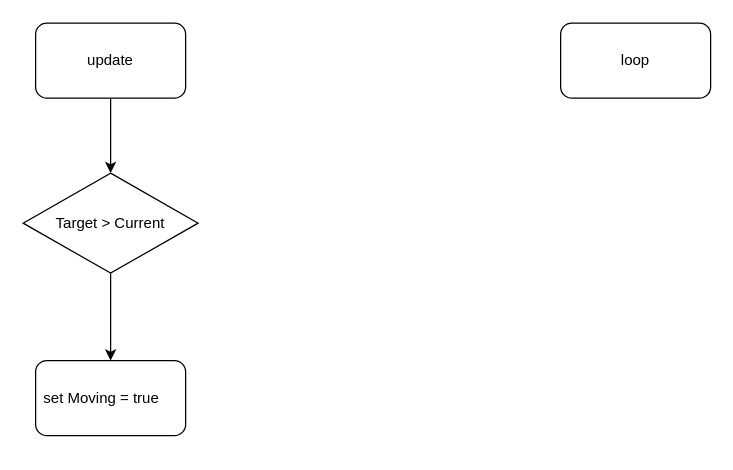
Before: velux00.drawio in hhoef/zonwering, a draw.io diagram. Source tidied: cells renumbered, new cells numbered last; positions are measured from the earlier drawing's top-left corner, leaving out a move shared by most shapes. Both pictures are drawn from the tidied source at 125%, with x=0, y=0 at pixel (22, 22).
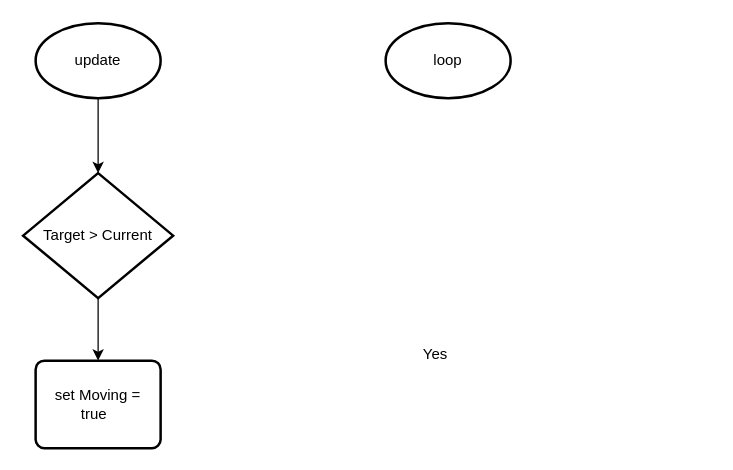
The same page after the edit.

The edit, as a diff of the source:
```diff
@@
 <mxGraphModel>
   <root>
     <mxCell id="0" />
     <mxCell id="1" parent="0" />
-    <mxCell id="2" value="loop" style="rounded=1;whiteSpace=wrap;html=1;" parent="1" vertex="1">
-      <mxGeometry x="430" width="120" height="60" as="geometry" />
+    <mxCell id="2" value="loop" style="strokeWidth=2;html=1;shape=mxgraph.flowchart.start_1;whiteSpace=wrap;" parent="1" vertex="1">
+      <mxGeometry x="290" width="100" height="60" as="geometry" />
     </mxCell>
-    <mxCell id="3" style="edgeStyle=orthogonalEdgeStyle;rounded=0;jettySize=auto;html=1;exitX=0.5;exitY=1;exitDx=0;exitDy=0;entryX=0.5;entryY=0;entryDx=0;entryDy=0;" parent="1" edge="1" source="4" target="6">
-      <mxGeometry relative="1" as="geometry" />
-    </mxCell>
-    <mxCell id="4" value="update" style="rounded=1;whiteSpace=wrap;html=1;" parent="1" vertex="1">
-      <mxGeometry x="10" width="120" height="60" as="geometry" />
+    <mxCell id="4" value="update" style="strokeWidth=2;html=1;shape=mxgraph.flowchart.start_1;whiteSpace=wrap;" parent="1" vertex="1">
+      <mxGeometry x="10" width="100" height="60" as="geometry" />
     </mxCell>
-    <mxCell id="5" style="edgeStyle=orthogonalEdgeStyle;rounded=0;jettySize=auto;html=1;exitX=0.5;exitY=1;exitDx=0;exitDy=0;entryX=0.5;entryY=0;entryDx=0;entryDy=0;" parent="1" edge="1" source="6" target="7">
+    <mxCell id="5" style="edgeStyle=orthogonalEdgeStyle;rounded=0;jettySize=auto;html=1;exitX=0.5;exitY=1;exitDx=0;exitDy=0;exitPerimeter=0;entryX=0.5;entryY=0;entryDx=0;entryDy=0;" parent="1" edge="1" source="6" target="7">
       <mxGeometry relative="1" as="geometry" />
     </mxCell>
-    <mxCell id="6" value="Target &amp;gt; Current" style="rhombus;whiteSpace=wrap;html=1;" parent="1" vertex="1">
-      <mxGeometry y="120" width="140" height="80" as="geometry" />
+    <mxCell id="6" value="Target &amp;gt; Current" style="strokeWidth=2;html=1;shape=mxgraph.flowchart.decision;whiteSpace=wrap;" parent="1" vertex="1">
+      <mxGeometry y="120" width="120" height="100" as="geometry" />
     </mxCell>
+    <mxCell id="3" style="edgeStyle=orthogonalEdgeStyle;rounded=0;jettySize=auto;html=1;exitX=0.5;exitY=1;exitDx=0;exitDy=0;exitPerimeter=0;entryX=0.5;entryY=0;entryDx=0;entryDy=0;entryPerimeter=0;" parent="1" edge="1" source="4" target="6">
+      <mxGeometry relative="1" as="geometry" />
+    </mxCell>
-    <mxCell id="7" value="set Moving = true&lt;span style=&quot;white-space: pre;&quot;&gt;&#9;&lt;/span&gt;" style="rounded=1;whiteSpace=wrap;html=1;" parent="1" vertex="1">
-      <mxGeometry x="10" y="270" width="120" height="60" as="geometry" />
+    <mxCell id="7" value="set Moving = true&lt;span style=&quot;white-space: pre;&quot;&gt;&#9;&lt;/span&gt;" style="rounded=1;whiteSpace=wrap;html=1;absoluteArcSize=1;arcSize=14;strokeWidth=2;" parent="1" vertex="1">
+      <mxGeometry x="10" y="270" width="100" height="70" as="geometry" />
     </mxCell>
+    <mxCell id="8" value="Yes" style="text;strokeColor=none;align=center;fillColor=none;html=1;verticalAlign=middle;whiteSpace=wrap;rounded=0;" parent="1" vertex="1">
+      <mxGeometry x="300" y="250" width="60" height="30" as="geometry" />
+    </mxCell>
   </root>
 </mxGraphModel>
```
